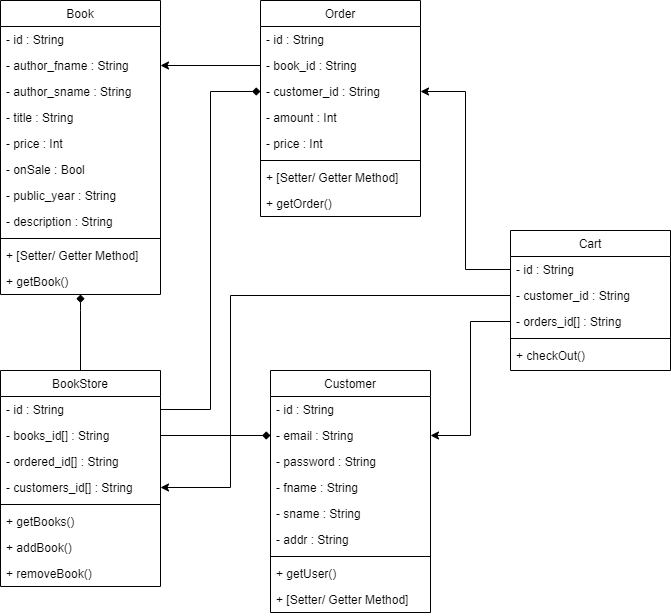
Before: assignment-01/duke-bookstore-SAD.drawio.png, a diagram exported from draw.io (nnininnine/SAD-assignments). Source tidied: cells renumbered, new cells last; positions are measured from the earlier drawing's top-left corner, leaving out a move shared by most shapes.
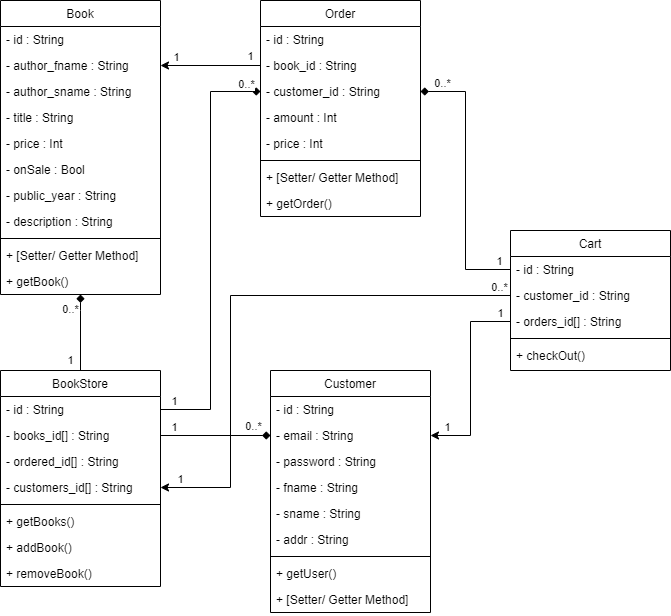
Above is the later version.

Change to the diagram source:
```diff
@@ -91,6 +91,16 @@
         </Array>
       </mxGeometry>
     </mxCell>
+    <mxCell id="55" value="0..*" style="edgeLabel;html=1;align=center;verticalAlign=middle;" parent="29" vertex="1">
+      <mxGeometry x="0.75" y="3" relative="1" as="geometry">
+        <mxPoint x="-7" y="5" as="offset" />
+      </mxGeometry>
+    </mxCell>
+    <mxCell id="56" value="1" style="edgeLabel;html=1;align=center;verticalAlign=middle;" parent="29" vertex="1">
+      <mxGeometry x="-0.74" y="-1" relative="1" as="geometry">
+        <mxPoint x="-11" as="offset" />
+      </mxGeometry>
+    </mxCell>
     <mxCell id="30" value="BookStore" style="swimlane;fontStyle=0;align=center;verticalAlign=top;horizontal=1;startSize=26;rounded=0;shadow=0;strokeWidth=1;" parent="1" vertex="1">
       <mxGeometry y="370" width="160" height="216" as="geometry" />
     </mxCell>
@@ -151,9 +161,29 @@
     <mxCell id="49" style="edgeStyle=orthogonalEdgeStyle;rounded=0;jettySize=auto;html=1;exitX=1;exitY=0.5;exitDx=0;exitDy=0;entryX=0;entryY=0.5;entryDx=0;entryDy=0;endArrow=diamond;endFill=1;" parent="1" edge="1" source="32" target="41">
       <mxGeometry relative="1" as="geometry" />
     </mxCell>
+    <mxCell id="57" value="1" style="edgeLabel;html=1;align=center;verticalAlign=middle;" parent="49" vertex="1">
+      <mxGeometry x="-0.76" relative="1" as="geometry">
+        <mxPoint y="-8" as="offset" />
+      </mxGeometry>
+    </mxCell>
+    <mxCell id="58" value="0..*" style="edgeLabel;html=1;align=center;verticalAlign=middle;" parent="49" vertex="1">
+      <mxGeometry x="0.68" y="-2" relative="1" as="geometry">
+        <mxPoint y="-11" as="offset" />
+      </mxGeometry>
+    </mxCell>
     <mxCell id="50" style="edgeStyle=orthogonalEdgeStyle;rounded=0;jettySize=auto;html=1;exitX=1;exitY=0.5;exitDx=0;exitDy=0;entryX=0;entryY=0.5;entryDx=0;entryDy=0;endArrow=diamond;endFill=1;" parent="1" edge="1" source="31" target="23">
       <mxGeometry relative="1" as="geometry" />
     </mxCell>
+    <mxCell id="59" value="0..*" style="edgeLabel;html=1;align=center;verticalAlign=middle;" parent="50" vertex="1">
+      <mxGeometry x="0.93" relative="1" as="geometry">
+        <mxPoint y="-7" as="offset" />
+      </mxGeometry>
+    </mxCell>
+    <mxCell id="60" value="1" style="edgeLabel;html=1;align=center;verticalAlign=middle;" parent="50" vertex="1">
+      <mxGeometry x="-0.94" relative="1" as="geometry">
+        <mxPoint y="-8" as="offset" />
+      </mxGeometry>
+    </mxCell>
     <mxCell id="51" style="edgeStyle=orthogonalEdgeStyle;rounded=0;jettySize=auto;html=1;exitX=0;exitY=0.5;exitDx=0;exitDy=0;entryX=1;entryY=0.5;entryDx=0;entryDy=0;endArrow=classic;endFill=1;" parent="1" edge="1" source="16" target="34">
       <mxGeometry relative="1" as="geometry">
         <Array as="points">
@@ -162,14 +192,54 @@
         </Array>
       </mxGeometry>
     </mxCell>
+    <mxCell id="61" value="1" style="edgeLabel;html=1;align=center;verticalAlign=middle;" parent="51" vertex="1">
+      <mxGeometry x="0.93" y="1" relative="1" as="geometry">
+        <mxPoint y="-9" as="offset" />
+      </mxGeometry>
+    </mxCell>
+    <mxCell id="62" value="0..*" style="edgeLabel;html=1;align=center;verticalAlign=middle;" parent="51" vertex="1">
+      <mxGeometry x="-0.96" y="-1" relative="1" as="geometry">
+        <mxPoint y="-7" as="offset" />
+      </mxGeometry>
+    </mxCell>
     <mxCell id="52" style="edgeStyle=orthogonalEdgeStyle;rounded=0;jettySize=auto;html=1;exitX=0;exitY=0.5;exitDx=0;exitDy=0;entryX=1;entryY=0.5;entryDx=0;entryDy=0;endArrow=classic;endFill=1;" parent="1" edge="1" source="17" target="41">
       <mxGeometry relative="1" as="geometry" />
     </mxCell>
+    <mxCell id="63" value="1" style="edgeLabel;html=1;align=center;verticalAlign=middle;" parent="52" vertex="1">
+      <mxGeometry x="0.67" y="1" relative="1" as="geometry">
+        <mxPoint x="-15" y="-9" as="offset" />
+      </mxGeometry>
+    </mxCell>
+    <mxCell id="64" value="1" style="edgeLabel;html=1;align=center;verticalAlign=middle;" parent="52" vertex="1">
+      <mxGeometry x="-0.89" relative="1" as="geometry">
+        <mxPoint y="-8" as="offset" />
+      </mxGeometry>
+    </mxCell>
-    <mxCell id="53" style="edgeStyle=orthogonalEdgeStyle;rounded=0;jettySize=auto;html=1;exitX=0;exitY=0.5;exitDx=0;exitDy=0;endArrow=classic;endFill=1;" parent="1" edge="1" source="15" target="23">
+    <mxCell id="53" style="edgeStyle=orthogonalEdgeStyle;rounded=0;jettySize=auto;html=1;exitX=0;exitY=0.5;exitDx=0;exitDy=0;endArrow=diamond;endFill=1;" parent="1" edge="1" source="15" target="23">
       <mxGeometry relative="1" as="geometry" />
     </mxCell>
+    <mxCell id="65" value="0..*" style="edgeLabel;html=1;align=center;verticalAlign=middle;" parent="53" vertex="1">
+      <mxGeometry x="0.71" y="-2" relative="1" as="geometry">
+        <mxPoint x="-17" y="-6" as="offset" />
+      </mxGeometry>
+    </mxCell>
+    <mxCell id="66" value="1" style="edgeLabel;html=1;align=center;verticalAlign=middle;" parent="53" vertex="1">
+      <mxGeometry x="-0.74" y="-1" relative="1" as="geometry">
+        <mxPoint x="23" y="-7" as="offset" />
+      </mxGeometry>
+    </mxCell>
     <mxCell id="54" style="edgeStyle=orthogonalEdgeStyle;rounded=0;jettySize=auto;html=1;exitX=0;exitY=0.5;exitDx=0;exitDy=0;entryX=1;entryY=0.5;entryDx=0;entryDy=0;endArrow=classic;endFill=1;" parent="1" edge="1" source="22" target="4">
       <mxGeometry relative="1" as="geometry" />
     </mxCell>
+    <mxCell id="67" value="1" style="edgeLabel;html=1;align=center;verticalAlign=middle;" parent="54" vertex="1">
+      <mxGeometry x="0.68" y="-1" relative="1" as="geometry">
+        <mxPoint y="-7" as="offset" />
+      </mxGeometry>
+    </mxCell>
+    <mxCell id="68" value="1" style="edgeLabel;html=1;align=center;verticalAlign=middle;" parent="54" vertex="1">
+      <mxGeometry x="-0.8" y="-2" relative="1" as="geometry">
+        <mxPoint y="-7" as="offset" />
+      </mxGeometry>
+    </mxCell>
   </root>
 </mxGraphModel>
```
